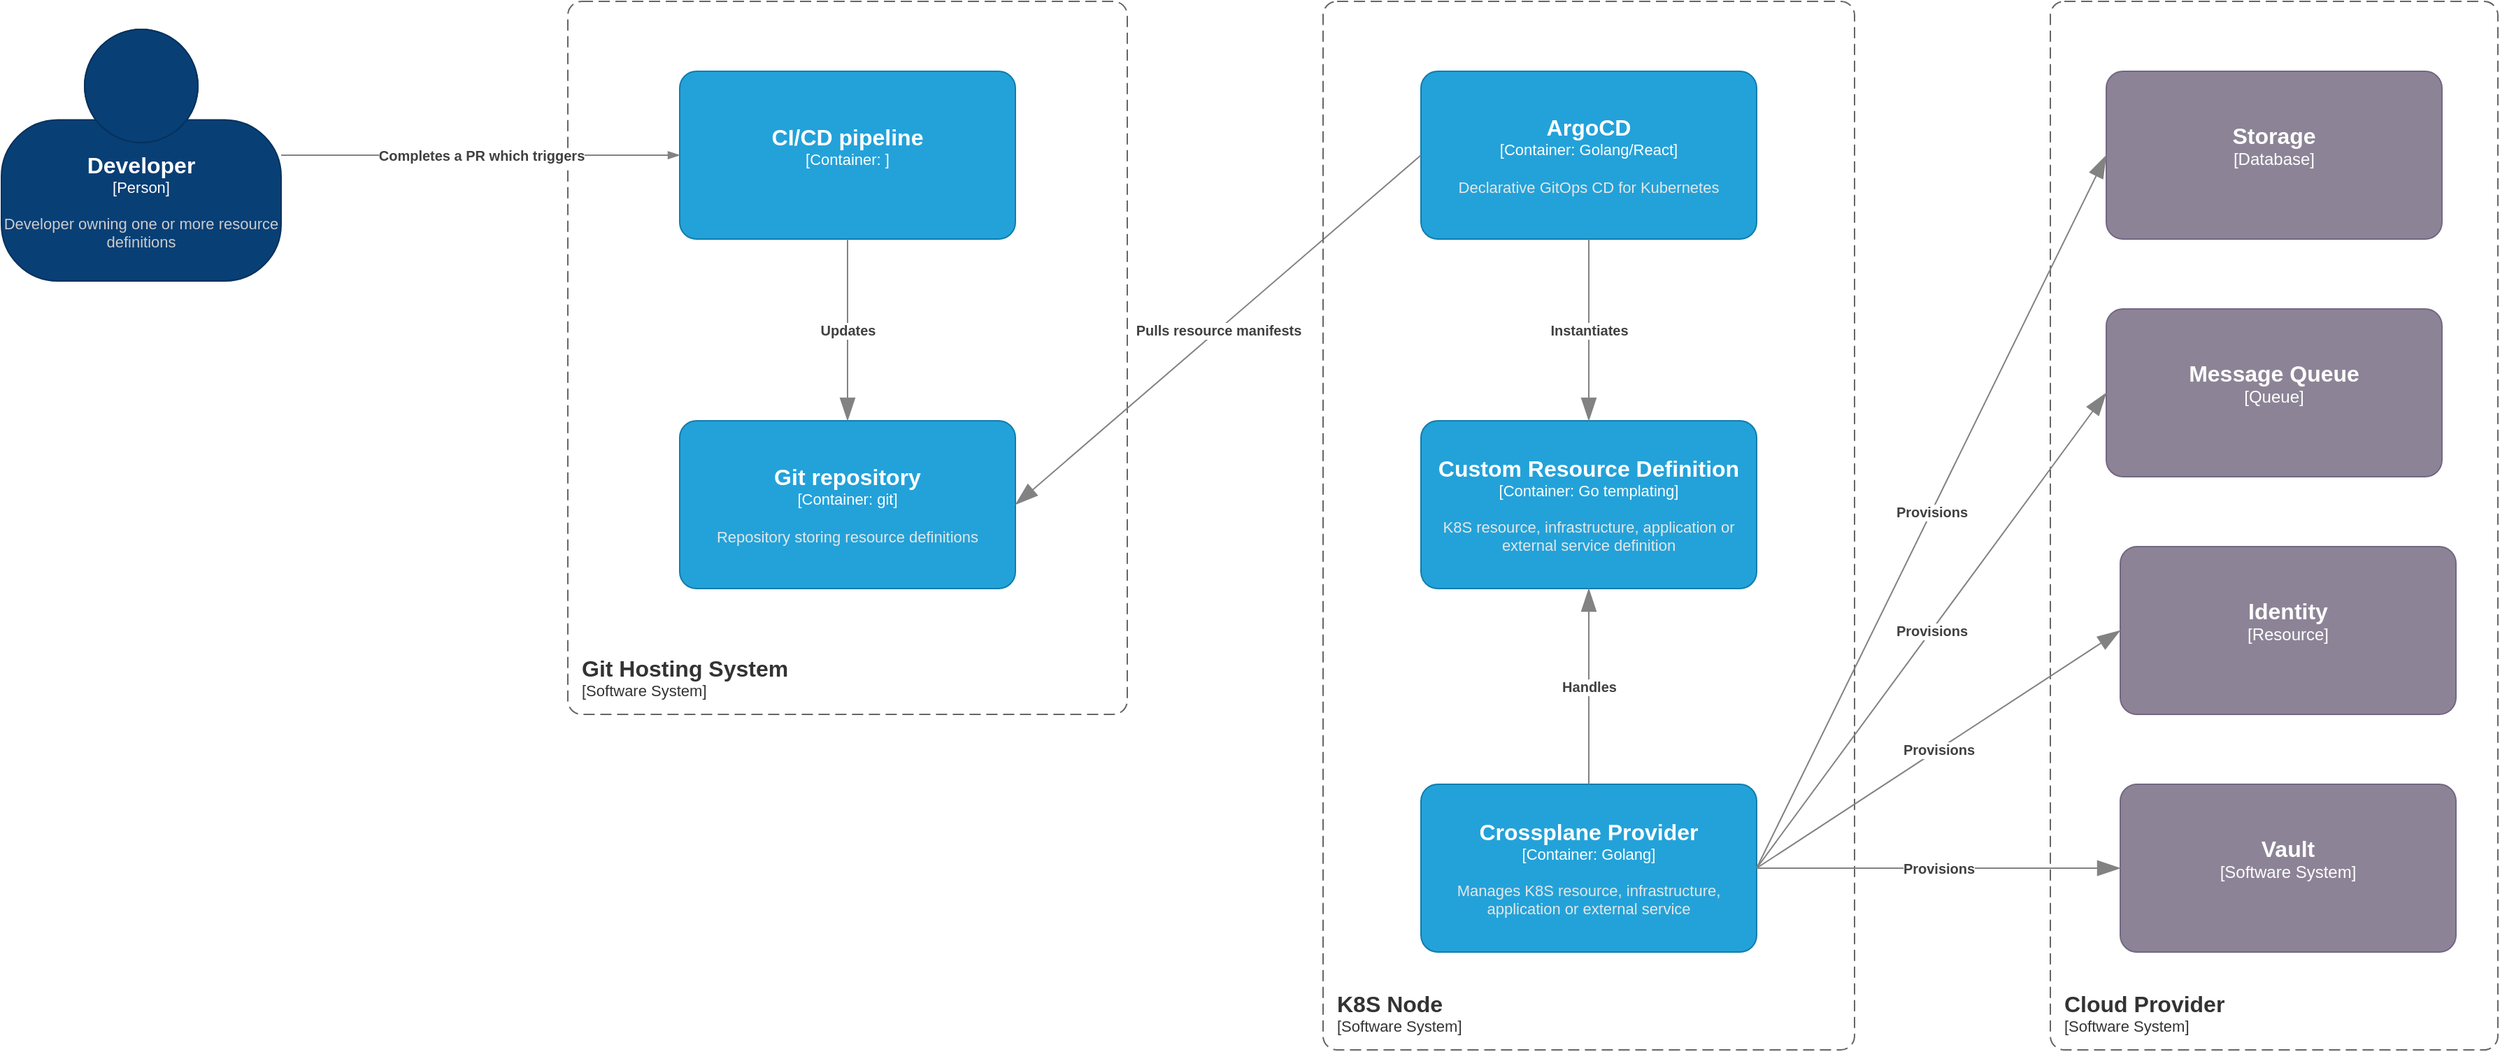
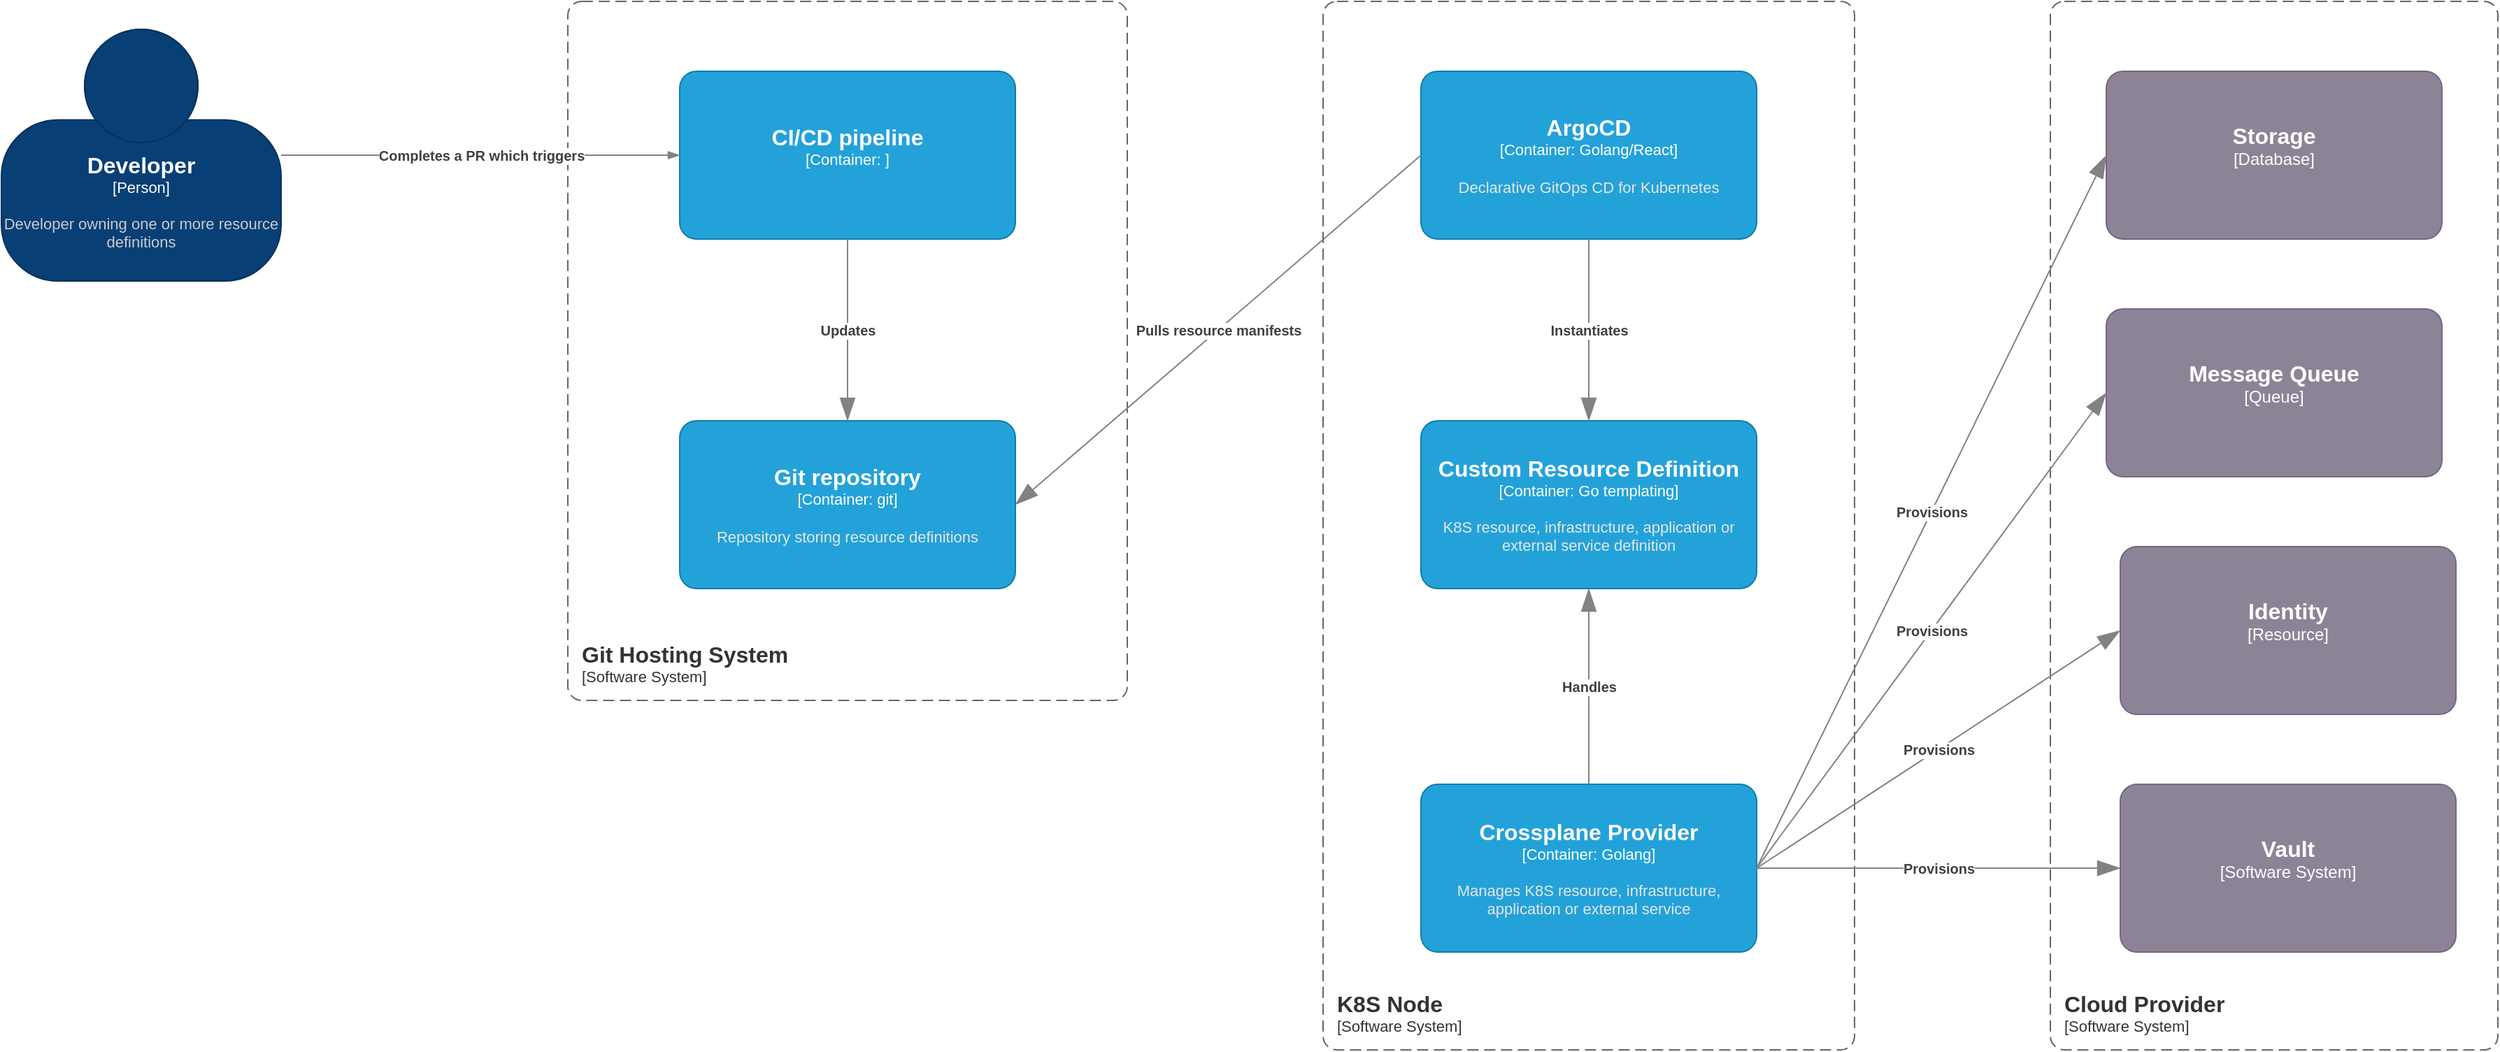
<mxfile host="app.diagrams.net" agent="Mozilla/5.0 (Windows NT 10.0; Win64; x64) AppleWebKit/537.36 (KHTML, like Gecko) Chrome/146.0.0.0 Safari/537.36 Edg/146.0.0.0" version="29.6.4">
  <diagram name="Page-1" id="w9qfS11vabEIg7SHbwGr">
    <mxGraphModel dx="1798" dy="1173" grid="1" gridSize="10" guides="1" tooltips="1" connect="1" arrows="1" fold="1" page="1" pageScale="1" pageWidth="850" pageHeight="1100" math="0" shadow="0">
      <root>
        <mxCell id="0" />
        <mxCell id="1" parent="0" />
        <object placeholders="1" c4Name="Git repository" c4Type="Container" c4Technology="git" c4Description="Repository storing resource definitions" label="&lt;font style=&quot;font-size: 16px&quot;&gt;&lt;b&gt;%c4Name%&lt;/b&gt;&lt;/font&gt;&lt;div&gt;[%c4Type%: %c4Technology%]&lt;/div&gt;&lt;br&gt;&lt;div&gt;&lt;font style=&quot;font-size: 11px&quot;&gt;&lt;font color=&quot;#E6E6E6&quot;&gt;%c4Description%&lt;/font&gt;&lt;/div&gt;" id="oWwDhSrQEdfVO0ITKPk5-18">
          <mxCell parent="1" style="rounded=1;whiteSpace=wrap;html=1;fontSize=11;labelBackgroundColor=none;fillColor=#23A2D9;fontColor=#ffffff;align=center;arcSize=10;strokeColor=#0E7DAD;metaEdit=1;resizable=0;points=[[0.25,0,0],[0.5,0,0],[0.75,0,0],[1,0.25,0],[1,0.5,0],[1,0.75,0],[0.75,1,0],[0.5,1,0],[0.25,1,0],[0,0.75,0],[0,0.5,0],[0,0.25,0]];" vertex="1">
            <mxGeometry height="120" width="240" x="810" y="1020" as="geometry" />
          </mxCell>
        </object>
        <object placeholders="1" c4Name="Developer" c4Type="Person" c4Description="Developer owning one or more resource definitions" label="&lt;font style=&quot;font-size: 16px&quot;&gt;&lt;b&gt;%c4Name%&lt;/b&gt;&lt;/font&gt;&lt;div&gt;[%c4Type%]&lt;/div&gt;&lt;br&gt;&lt;div&gt;&lt;font style=&quot;font-size: 11px&quot;&gt;&lt;font color=&quot;#cccccc&quot;&gt;%c4Description%&lt;/font&gt;&lt;/div&gt;" id="oWwDhSrQEdfVO0ITKPk5-19">
          <mxCell parent="1" style="html=1;fontSize=11;dashed=0;whiteSpace=wrap;fillColor=#083F75;strokeColor=#06315C;fontColor=#ffffff;shape=mxgraph.c4.person2;align=center;metaEdit=1;points=[[0.5,0,0],[1,0.5,0],[1,0.75,0],[0.75,1,0],[0.5,1,0],[0.25,1,0],[0,0.75,0],[0,0.5,0]];resizable=0;" vertex="1">
            <mxGeometry height="180" width="200" x="325" y="740" as="geometry" />
          </mxCell>
        </object>
        <object placeholders="1" c4Name="Git Hosting System" c4Type="SystemScopeBoundary" c4Application="Software System" label="&lt;font style=&quot;font-size: 16px&quot;&gt;&lt;b&gt;&lt;div style=&quot;text-align: left&quot;&gt;%c4Name%&lt;/div&gt;&lt;/b&gt;&lt;/font&gt;&lt;div style=&quot;text-align: left&quot;&gt;[%c4Application%]&lt;/div&gt;" id="oWwDhSrQEdfVO0ITKPk5-21">
          <mxCell parent="1" style="rounded=1;fontSize=11;whiteSpace=wrap;html=1;dashed=1;arcSize=20;fillColor=none;strokeColor=#666666;fontColor=#333333;labelBackgroundColor=none;align=left;verticalAlign=bottom;labelBorderColor=none;spacingTop=0;spacing=10;dashPattern=8 4;metaEdit=1;rotatable=0;perimeter=rectanglePerimeter;noLabel=0;labelPadding=0;allowArrows=0;connectable=0;expand=0;recursiveResize=0;editable=1;pointerEvents=0;absoluteArcSize=1;points=[[0.25,0,0],[0.5,0,0],[0.75,0,0],[1,0.25,0],[1,0.5,0],[1,0.75,0],[0.75,1,0],[0.5,1,0],[0.25,1,0],[0,0.75,0],[0,0.5,0],[0,0.25,0]];" vertex="1">
-             <mxGeometry height="510" width="400" x="730" y="720" as="geometry" />
+             <mxGeometry height="500" width="400" x="730" y="720" as="geometry" />
          </mxCell>
        </object>
        <object placeholders="1" c4Name="ArgoCD" c4Type="Container" c4Technology="Golang/React" c4Description="Declarative GitOps CD for Kubernetes" label="&lt;font style=&quot;font-size: 16px&quot;&gt;&lt;b&gt;%c4Name%&lt;/b&gt;&lt;/font&gt;&lt;div&gt;[%c4Type%: %c4Technology%]&lt;/div&gt;&lt;br&gt;&lt;div&gt;&lt;font style=&quot;font-size: 11px&quot;&gt;&lt;font color=&quot;#E6E6E6&quot;&gt;%c4Description%&lt;/font&gt;&lt;/div&gt;" id="oWwDhSrQEdfVO0ITKPk5-23">
          <mxCell parent="1" style="rounded=1;whiteSpace=wrap;html=1;fontSize=11;labelBackgroundColor=none;fillColor=#23A2D9;fontColor=#ffffff;align=center;arcSize=10;strokeColor=#0E7DAD;metaEdit=1;resizable=0;points=[[0.25,0,0],[0.5,0,0],[0.75,0,0],[1,0.25,0],[1,0.5,0],[1,0.75,0],[0.75,1,0],[0.5,1,0],[0.25,1,0],[0,0.75,0],[0,0.5,0],[0,0.25,0]];" vertex="1">
            <mxGeometry height="120" width="240" x="1340" y="770" as="geometry" />
          </mxCell>
        </object>
        <object placeholders="1" c4Name="CI/CD pipeline" c4Type="Container" c4Technology="" c4Description="" label="&lt;font style=&quot;font-size: 16px&quot;&gt;&lt;b&gt;%c4Name%&lt;/b&gt;&lt;/font&gt;&lt;div&gt;[%c4Type%: %c4Technology%]&lt;/div&gt;&lt;br&gt;&lt;div&gt;&lt;font style=&quot;font-size: 11px&quot;&gt;&lt;font color=&quot;#E6E6E6&quot;&gt;%c4Description%&lt;/font&gt;&lt;/div&gt;" id="oWwDhSrQEdfVO0ITKPk5-25">
          <mxCell parent="1" style="rounded=1;whiteSpace=wrap;html=1;fontSize=11;labelBackgroundColor=none;fillColor=#23A2D9;fontColor=#ffffff;align=center;arcSize=10;strokeColor=#0E7DAD;metaEdit=1;resizable=0;points=[[0.25,0,0],[0.5,0,0],[0.75,0,0],[1,0.25,0],[1,0.5,0],[1,0.75,0],[0.75,1,0],[0.5,1,0],[0.25,1,0],[0,0.75,0],[0,0.5,0],[0,0.25,0]];" vertex="1">
            <mxGeometry height="120" width="240" x="810" y="770" as="geometry" />
          </mxCell>
        </object>
        <object placeholders="1" c4Name="Storage" c4Type="Database" c4Description="" label="&lt;font style=&quot;font-size: 16px&quot;&gt;&lt;b&gt;%c4Name%&lt;/b&gt;&lt;/font&gt;&lt;div&gt;[%c4Type%]&lt;/div&gt;&lt;br&gt;&lt;div&gt;&lt;font style=&quot;font-size: 11px&quot;&gt;&lt;font color=&quot;#cccccc&quot;&gt;%c4Description%&lt;/font&gt;&lt;/div&gt;" id="oWwDhSrQEdfVO0ITKPk5-27">
          <mxCell parent="1" style="rounded=1;whiteSpace=wrap;html=1;labelBackgroundColor=none;fillColor=#8C8496;fontColor=#ffffff;align=center;arcSize=10;strokeColor=#736782;metaEdit=1;resizable=0;points=[[0.25,0,0],[0.5,0,0],[0.75,0,0],[1,0.25,0],[1,0.5,0],[1,0.75,0],[0.75,1,0],[0.5,1,0],[0.25,1,0],[0,0.75,0],[0,0.5,0],[0,0.25,0]];" vertex="1">
            <mxGeometry height="120" width="240" x="1830" y="770" as="geometry" />
          </mxCell>
        </object>
        <object placeholders="1" c4Type="Relationship" c4Description="Completes a PR which triggers" label="&lt;div style=&quot;text-align: left&quot;&gt;&lt;div style=&quot;text-align: center&quot;&gt;&lt;b&gt;%c4Description%&lt;/b&gt;&lt;/div&gt;" id="oWwDhSrQEdfVO0ITKPk5-29">
          <mxCell edge="1" parent="1" source="oWwDhSrQEdfVO0ITKPk5-19" style="endArrow=blockThin;html=1;fontSize=10;fontColor=#404040;strokeWidth=1;endFill=1;strokeColor=#828282;elbow=vertical;metaEdit=1;jumpStyle=arc;jumpSize=16;rounded=0;entryX=0;entryY=0.5;entryDx=0;entryDy=0;entryPerimeter=0;exitX=1;exitY=0.5;exitDx=0;exitDy=0;exitPerimeter=0;" target="oWwDhSrQEdfVO0ITKPk5-25">
            <mxGeometry relative="1" width="240" as="geometry">
              <mxPoint x="580" y="830" as="sourcePoint" />
              <mxPoint x="1341" y="806" as="targetPoint" />
            </mxGeometry>
          </mxCell>
        </object>
        <object placeholders="1" c4Name="Custom Resource Definition" c4Type="Container" c4Technology="Go templating" c4Description="K8S resource, infrastructure, application or external service definition" label="&lt;font style=&quot;font-size: 16px&quot;&gt;&lt;b&gt;%c4Name%&lt;/b&gt;&lt;/font&gt;&lt;div&gt;[%c4Type%: %c4Technology%]&lt;/div&gt;&lt;br&gt;&lt;div&gt;&lt;font style=&quot;font-size: 11px&quot;&gt;&lt;font color=&quot;#E6E6E6&quot;&gt;%c4Description%&lt;/font&gt;&lt;/div&gt;" id="oWwDhSrQEdfVO0ITKPk5-34">
          <mxCell parent="1" style="rounded=1;whiteSpace=wrap;html=1;fontSize=11;labelBackgroundColor=none;fillColor=#23A2D9;fontColor=#ffffff;align=center;arcSize=10;strokeColor=#0E7DAD;metaEdit=1;resizable=0;points=[[0.25,0,0],[0.5,0,0],[0.75,0,0],[1,0.25,0],[1,0.5,0],[1,0.75,0],[0.75,1,0],[0.5,1,0],[0.25,1,0],[0,0.75,0],[0,0.5,0],[0,0.25,0]];" vertex="1">
            <mxGeometry height="120" width="240" x="1340" y="1020" as="geometry" />
          </mxCell>
        </object>
        <object placeholders="1" c4Type="Relationship" c4Description="Instantiates" label="&lt;div style=&quot;text-align: left&quot;&gt;&lt;div style=&quot;text-align: center&quot;&gt;&lt;b&gt;%c4Description%&lt;/b&gt;&lt;/div&gt;" id="oWwDhSrQEdfVO0ITKPk5-36">
          <mxCell edge="1" parent="1" source="oWwDhSrQEdfVO0ITKPk5-23" style="endArrow=blockThin;html=1;fontSize=10;fontColor=#404040;strokeWidth=1;endFill=1;strokeColor=#828282;elbow=vertical;metaEdit=1;endSize=14;startSize=14;jumpStyle=arc;jumpSize=16;rounded=0;edgeStyle=orthogonalEdgeStyle;exitX=0.5;exitY=1;exitDx=0;exitDy=0;exitPerimeter=0;entryX=0.5;entryY=0;entryDx=0;entryDy=0;entryPerimeter=0;" target="oWwDhSrQEdfVO0ITKPk5-34">
            <mxGeometry relative="1" width="240" as="geometry">
              <mxPoint x="1370" y="1240" as="sourcePoint" />
              <mxPoint x="1610" y="1240" as="targetPoint" />
            </mxGeometry>
          </mxCell>
        </object>
        <object placeholders="1" c4Name="Crossplane Provider" c4Type="Container" c4Technology="Golang" c4Description="Manages K8S resource, infrastructure, application or external service" label="&lt;font style=&quot;font-size: 16px&quot;&gt;&lt;b&gt;%c4Name%&lt;/b&gt;&lt;/font&gt;&lt;div&gt;[%c4Type%: %c4Technology%]&lt;/div&gt;&lt;br&gt;&lt;div&gt;&lt;font style=&quot;font-size: 11px&quot;&gt;&lt;font color=&quot;#E6E6E6&quot;&gt;%c4Description%&lt;/font&gt;&lt;/div&gt;" id="oWwDhSrQEdfVO0ITKPk5-37">
          <mxCell parent="1" style="rounded=1;whiteSpace=wrap;html=1;fontSize=11;labelBackgroundColor=none;fillColor=#23A2D9;fontColor=#ffffff;align=center;arcSize=10;strokeColor=#0E7DAD;metaEdit=1;resizable=0;points=[[0.25,0,0],[0.5,0,0],[0.75,0,0],[1,0.25,0],[1,0.5,0],[1,0.75,0],[0.75,1,0],[0.5,1,0],[0.25,1,0],[0,0.75,0],[0,0.5,0],[0,0.25,0]];" vertex="1">
            <mxGeometry height="120" width="240" x="1340" y="1280" as="geometry" />
          </mxCell>
        </object>
        <object placeholders="1" c4Type="Relationship" c4Description="Handles" label="&lt;div style=&quot;text-align: left&quot;&gt;&lt;div style=&quot;text-align: center&quot;&gt;&lt;b&gt;%c4Description%&lt;/b&gt;&lt;/div&gt;" id="oWwDhSrQEdfVO0ITKPk5-38">
          <mxCell edge="1" parent="1" source="oWwDhSrQEdfVO0ITKPk5-37" style="endArrow=blockThin;html=1;fontSize=10;fontColor=#404040;strokeWidth=1;endFill=1;strokeColor=#828282;elbow=vertical;metaEdit=1;endSize=14;startSize=14;jumpStyle=arc;jumpSize=16;rounded=0;edgeStyle=orthogonalEdgeStyle;exitX=0.5;exitY=0;exitDx=0;exitDy=0;exitPerimeter=0;entryX=0.5;entryY=1;entryDx=0;entryDy=0;entryPerimeter=0;" target="oWwDhSrQEdfVO0ITKPk5-34">
            <mxGeometry relative="1" width="240" as="geometry">
              <mxPoint x="1460" y="1130" as="sourcePoint" />
              <mxPoint x="1500" y="1230" as="targetPoint" />
            </mxGeometry>
          </mxCell>
        </object>
        <object placeholders="1" c4Type="Relationship" c4Description="Updates" label="&lt;div style=&quot;text-align: left&quot;&gt;&lt;div style=&quot;text-align: center&quot;&gt;&lt;b&gt;%c4Description%&lt;/b&gt;&lt;/div&gt;" id="oWwDhSrQEdfVO0ITKPk5-43">
          <mxCell edge="1" parent="1" source="oWwDhSrQEdfVO0ITKPk5-25" style="endArrow=blockThin;html=1;fontSize=10;fontColor=#404040;strokeWidth=1;endFill=1;strokeColor=#828282;elbow=vertical;metaEdit=1;endSize=14;startSize=14;jumpStyle=arc;jumpSize=16;rounded=0;edgeStyle=orthogonalEdgeStyle;exitX=0.5;exitY=1;exitDx=0;exitDy=0;exitPerimeter=0;" target="oWwDhSrQEdfVO0ITKPk5-18">
            <mxGeometry relative="1" width="240" as="geometry">
              <mxPoint x="1440" y="990" as="sourcePoint" />
              <mxPoint x="1440" y="1140" as="targetPoint" />
            </mxGeometry>
          </mxCell>
        </object>
        <object placeholders="1" c4Type="Relationship" c4Description="Pulls resource manifests" label="&lt;div style=&quot;text-align: left&quot;&gt;&lt;div style=&quot;text-align: center&quot;&gt;&lt;b&gt;%c4Description%&lt;/b&gt;&lt;/div&gt;" id="oWwDhSrQEdfVO0ITKPk5-44">
          <mxCell edge="1" parent="1" source="oWwDhSrQEdfVO0ITKPk5-23" style="endArrow=blockThin;html=1;fontSize=10;fontColor=#404040;strokeWidth=1;endFill=1;strokeColor=#828282;elbow=vertical;metaEdit=1;endSize=14;startSize=14;jumpStyle=arc;jumpSize=16;rounded=0;exitX=0;exitY=0.5;exitDx=0;exitDy=0;exitPerimeter=0;entryX=1;entryY=0.5;entryDx=0;entryDy=0;entryPerimeter=0;" target="oWwDhSrQEdfVO0ITKPk5-18">
            <mxGeometry relative="1" width="240" as="geometry">
              <mxPoint x="1350" y="1000" as="sourcePoint" />
              <mxPoint x="1350" y="1150" as="targetPoint" />
            </mxGeometry>
          </mxCell>
        </object>
        <object placeholders="1" c4Name="K8S Node" c4Type="SystemScopeBoundary" c4Application="Software System" label="&lt;font style=&quot;font-size: 16px&quot;&gt;&lt;b&gt;&lt;div style=&quot;text-align: left&quot;&gt;%c4Name%&lt;/div&gt;&lt;/b&gt;&lt;/font&gt;&lt;div style=&quot;text-align: left&quot;&gt;[%c4Application%]&lt;/div&gt;" id="oWwDhSrQEdfVO0ITKPk5-45">
          <mxCell parent="1" style="rounded=1;fontSize=11;whiteSpace=wrap;html=1;dashed=1;arcSize=20;fillColor=none;strokeColor=#666666;fontColor=#333333;labelBackgroundColor=none;align=left;verticalAlign=bottom;labelBorderColor=none;spacingTop=0;spacing=10;dashPattern=8 4;metaEdit=1;rotatable=0;perimeter=rectanglePerimeter;noLabel=0;labelPadding=0;allowArrows=0;connectable=0;expand=0;recursiveResize=0;editable=1;pointerEvents=0;absoluteArcSize=1;points=[[0.25,0,0],[0.5,0,0],[0.75,0,0],[1,0.25,0],[1,0.5,0],[1,0.75,0],[0.75,1,0],[0.5,1,0],[0.25,1,0],[0,0.75,0],[0,0.5,0],[0,0.25,0]];" vertex="1">
            <mxGeometry height="750" width="380" x="1270" y="720" as="geometry" />
          </mxCell>
        </object>
        <object placeholders="1" c4Name="Cloud Provider" c4Type="SystemScopeBoundary" c4Application="Software System" label="&lt;font style=&quot;font-size: 16px&quot;&gt;&lt;b&gt;&lt;div style=&quot;text-align: left&quot;&gt;%c4Name%&lt;/div&gt;&lt;/b&gt;&lt;/font&gt;&lt;div style=&quot;text-align: left&quot;&gt;[%c4Application%]&lt;/div&gt;" id="oWwDhSrQEdfVO0ITKPk5-46">
          <mxCell parent="1" style="rounded=1;fontSize=11;whiteSpace=wrap;html=1;dashed=1;arcSize=20;fillColor=none;strokeColor=#666666;fontColor=#333333;labelBackgroundColor=none;align=left;verticalAlign=bottom;labelBorderColor=none;spacingTop=0;spacing=10;dashPattern=8 4;metaEdit=1;rotatable=0;perimeter=rectanglePerimeter;noLabel=0;labelPadding=0;allowArrows=0;connectable=0;expand=0;recursiveResize=0;editable=1;pointerEvents=0;absoluteArcSize=1;points=[[0.25,0,0],[0.5,0,0],[0.75,0,0],[1,0.25,0],[1,0.5,0],[1,0.75,0],[0.75,1,0],[0.5,1,0],[0.25,1,0],[0,0.75,0],[0,0.5,0],[0,0.25,0]];" vertex="1">
            <mxGeometry height="750" width="320" x="1790" y="720" as="geometry" />
          </mxCell>
        </object>
        <object placeholders="1" c4Name="Message Queue" c4Type="Queue" c4Description="" label="&lt;font style=&quot;font-size: 16px&quot;&gt;&lt;b&gt;%c4Name%&lt;/b&gt;&lt;/font&gt;&lt;div&gt;[%c4Type%]&lt;/div&gt;&lt;br&gt;&lt;div&gt;&lt;font style=&quot;font-size: 11px&quot;&gt;&lt;font color=&quot;#cccccc&quot;&gt;%c4Description%&lt;/font&gt;&lt;/div&gt;" id="oWwDhSrQEdfVO0ITKPk5-47">
          <mxCell parent="1" style="rounded=1;whiteSpace=wrap;html=1;labelBackgroundColor=none;fillColor=#8C8496;fontColor=#ffffff;align=center;arcSize=10;strokeColor=#736782;metaEdit=1;resizable=0;points=[[0.25,0,0],[0.5,0,0],[0.75,0,0],[1,0.25,0],[1,0.5,0],[1,0.75,0],[0.75,1,0],[0.5,1,0],[0.25,1,0],[0,0.75,0],[0,0.5,0],[0,0.25,0]];" vertex="1">
            <mxGeometry height="120" width="240" x="1830" y="940" as="geometry" />
          </mxCell>
        </object>
        <object placeholders="1" c4Name="Identity" c4Type="Resource" c4Description="" label="&lt;font style=&quot;font-size: 16px&quot;&gt;&lt;b&gt;%c4Name%&lt;/b&gt;&lt;/font&gt;&lt;div&gt;[%c4Type%]&lt;/div&gt;&lt;br&gt;&lt;div&gt;&lt;font style=&quot;font-size: 11px&quot;&gt;&lt;font color=&quot;#cccccc&quot;&gt;%c4Description%&lt;/font&gt;&lt;/div&gt;" id="oWwDhSrQEdfVO0ITKPk5-48">
          <mxCell parent="1" style="rounded=1;whiteSpace=wrap;html=1;labelBackgroundColor=none;fillColor=#8C8496;fontColor=#ffffff;align=center;arcSize=10;strokeColor=#736782;metaEdit=1;resizable=0;points=[[0.25,0,0],[0.5,0,0],[0.75,0,0],[1,0.25,0],[1,0.5,0],[1,0.75,0],[0.75,1,0],[0.5,1,0],[0.25,1,0],[0,0.75,0],[0,0.5,0],[0,0.25,0]];" vertex="1">
            <mxGeometry height="120" width="240" x="1840" y="1110" as="geometry" />
          </mxCell>
        </object>
        <object placeholders="1" c4Name="Vault" c4Type="Software System" c4Description="" label="&lt;font style=&quot;font-size: 16px&quot;&gt;&lt;b&gt;%c4Name%&lt;/b&gt;&lt;/font&gt;&lt;div&gt;[%c4Type%]&lt;/div&gt;&lt;br&gt;&lt;div&gt;&lt;font style=&quot;font-size: 11px&quot;&gt;&lt;font color=&quot;#cccccc&quot;&gt;%c4Description%&lt;/font&gt;&lt;/div&gt;" id="oWwDhSrQEdfVO0ITKPk5-51">
          <mxCell parent="1" style="rounded=1;whiteSpace=wrap;html=1;labelBackgroundColor=none;fillColor=#8C8496;fontColor=#ffffff;align=center;arcSize=10;strokeColor=#736782;metaEdit=1;resizable=0;points=[[0.25,0,0],[0.5,0,0],[0.75,0,0],[1,0.25,0],[1,0.5,0],[1,0.75,0],[0.75,1,0],[0.5,1,0],[0.25,1,0],[0,0.75,0],[0,0.5,0],[0,0.25,0]];" vertex="1">
            <mxGeometry height="120" width="240" x="1840" y="1280" as="geometry" />
          </mxCell>
        </object>
        <object placeholders="1" c4Type="Relationship" c4Description="Provisions" label="&lt;div style=&quot;text-align: left&quot;&gt;&lt;div style=&quot;text-align: center&quot;&gt;&lt;b&gt;%c4Description%&lt;/b&gt;&lt;/div&gt;" id="oWwDhSrQEdfVO0ITKPk5-52">
          <mxCell edge="1" parent="1" source="oWwDhSrQEdfVO0ITKPk5-37" style="endArrow=blockThin;html=1;fontSize=10;fontColor=#404040;strokeWidth=1;endFill=1;strokeColor=#828282;elbow=vertical;metaEdit=1;endSize=14;startSize=14;jumpStyle=arc;jumpSize=16;rounded=0;exitX=1;exitY=0.5;exitDx=0;exitDy=0;exitPerimeter=0;entryX=0;entryY=0.5;entryDx=0;entryDy=0;entryPerimeter=0;" target="oWwDhSrQEdfVO0ITKPk5-27">
            <mxGeometry relative="1" width="240" as="geometry">
              <mxPoint x="1460" y="1320" as="sourcePoint" />
              <mxPoint x="1460" y="1200" as="targetPoint" />
            </mxGeometry>
          </mxCell>
        </object>
        <object placeholders="1" c4Type="Relationship" c4Description="Provisions" label="&lt;div style=&quot;text-align: left&quot;&gt;&lt;div style=&quot;text-align: center&quot;&gt;&lt;b&gt;%c4Description%&lt;/b&gt;&lt;/div&gt;" id="oWwDhSrQEdfVO0ITKPk5-53">
          <mxCell edge="1" parent="1" source="oWwDhSrQEdfVO0ITKPk5-37" style="endArrow=blockThin;html=1;fontSize=10;fontColor=#404040;strokeWidth=1;endFill=1;strokeColor=#828282;elbow=vertical;metaEdit=1;endSize=14;startSize=14;jumpStyle=arc;jumpSize=16;rounded=0;exitX=1;exitY=0.5;exitDx=0;exitDy=0;exitPerimeter=0;entryX=0;entryY=0.5;entryDx=0;entryDy=0;entryPerimeter=0;" target="oWwDhSrQEdfVO0ITKPk5-47">
            <mxGeometry relative="1" width="240" as="geometry">
              <mxPoint x="1610" y="1730" as="sourcePoint" />
              <mxPoint x="1860" y="1250" as="targetPoint" />
            </mxGeometry>
          </mxCell>
        </object>
        <object placeholders="1" c4Type="Relationship" c4Description="Provisions" label="&lt;div style=&quot;text-align: left&quot;&gt;&lt;div style=&quot;text-align: center&quot;&gt;&lt;b&gt;%c4Description%&lt;/b&gt;&lt;/div&gt;" id="oWwDhSrQEdfVO0ITKPk5-54">
          <mxCell edge="1" parent="1" source="oWwDhSrQEdfVO0ITKPk5-37" style="endArrow=blockThin;html=1;fontSize=10;fontColor=#404040;strokeWidth=1;endFill=1;strokeColor=#828282;elbow=vertical;metaEdit=1;endSize=14;startSize=14;jumpStyle=arc;jumpSize=16;rounded=0;exitX=1;exitY=0.5;exitDx=0;exitDy=0;exitPerimeter=0;entryX=0;entryY=0.5;entryDx=0;entryDy=0;entryPerimeter=0;" target="oWwDhSrQEdfVO0ITKPk5-48">
            <mxGeometry relative="1" width="240" as="geometry">
              <mxPoint x="1630" y="1670" as="sourcePoint" />
              <mxPoint x="1880" y="1330" as="targetPoint" />
            </mxGeometry>
          </mxCell>
        </object>
        <object placeholders="1" c4Type="Relationship" c4Description="Provisions" label="&lt;div style=&quot;text-align: left&quot;&gt;&lt;div style=&quot;text-align: center&quot;&gt;&lt;b&gt;%c4Description%&lt;/b&gt;&lt;/div&gt;" id="oWwDhSrQEdfVO0ITKPk5-55">
          <mxCell edge="1" parent="1" source="oWwDhSrQEdfVO0ITKPk5-37" style="endArrow=blockThin;html=1;fontSize=10;fontColor=#404040;strokeWidth=1;endFill=1;strokeColor=#828282;elbow=vertical;metaEdit=1;endSize=14;startSize=14;jumpStyle=arc;jumpSize=16;rounded=0;exitX=1;exitY=0.5;exitDx=0;exitDy=0;exitPerimeter=0;entryX=0;entryY=0.5;entryDx=0;entryDy=0;entryPerimeter=0;" target="oWwDhSrQEdfVO0ITKPk5-51">
            <mxGeometry relative="1" width="240" as="geometry">
              <mxPoint x="1640" y="1720" as="sourcePoint" />
              <mxPoint x="1890" y="1380" as="targetPoint" />
            </mxGeometry>
          </mxCell>
        </object>
      </root>
    </mxGraphModel>
  </diagram>
</mxfile>
